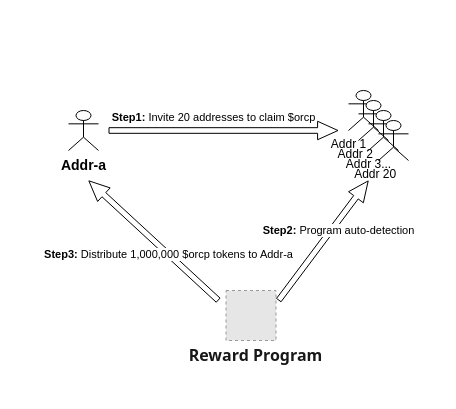
orc-protocol/diagrams keeps this draw.io diagram as invite to earn.drawio. Above is the earlier version. Source tidied: cells renumbered, new cells numbered last; positions are measured from the earlier drawing's top-left corner, leaving out a move shared by most shapes. Both pictures are drawn from the tidied source at 100%, with x=0, y=0 at pixel (68, 90). Pictures stored in the file or linked from it are replaced by grey dashed boxes.
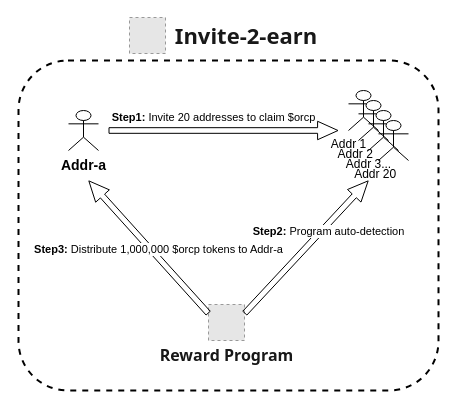
After the change.

Diff of the diagram source:
```diff
@@
+    <mxCell id="16" style="rounded=1;whiteSpace=wrap;html=1;fillColor=none;strokeWidth=2;dashed=1;" parent="1" vertex="1">
+      <mxGeometry x="-50" y="-30" width="420" height="330" as="geometry" />
+    </mxCell>
@@
     <mxCell id="9" style="group;" parent="1" vertex="1">
-      <mxGeometry x="120" y="200" width="135" height="80" as="geometry" />
+      <mxGeometry x="100" y="200" width="135" height="80" as="geometry" />
     </mxCell>
     <mxCell id="10" style="fillColor=#E6E6E6;strokeColor=#999999;dashed=1;verticalLabelPosition=bottom;labelBackgroundColor=default;verticalAlign=top;" parent="9" vertex="1">
-      <mxGeometry x="37.5" width="50" height="50" as="geometry" />
+      <mxGeometry x="40" y="14" width="36" height="36" as="geometry" />
     </mxCell>
     <mxCell id="11" value="&lt;font face=&quot;Tahoma&quot; style=&quot;font-size: 16px;&quot;&gt;Reward Program&lt;/font&gt;" style="text;html=1;strokeColor=none;fillColor=none;align=center;verticalAlign=middle;whiteSpace=wrap;rounded=0;spacing=0;spacingLeft=0;textOpacity=90;fontStyle=1;" parent="9" vertex="1">
-      <mxGeometry y="50" width="135" height="30" as="geometry" />
+      <mxGeometry x="-9.5" y="50" width="135" height="30" as="geometry" />
     </mxCell>
-    <mxCell id="12" style="shape=flexArrow;endArrow=classic;html=1;rounded=0;endWidth=11.830985915492958;endSize=6.470422535211267;width=5.633802816901409;" parent="1" edge="1">
+    <mxCell id="12" style="shape=flexArrow;endArrow=classic;html=1;rounded=0;endWidth=11.830985915492958;endSize=6.470422535211267;width=5.633802816901409;exitX=0;exitY=0.25;exitDx=0;exitDy=0;" parent="1" edge="1" source="10">
       <mxGeometry relative="1" as="geometry">
-        <mxPoint x="150" y="210" as="sourcePoint" />
         <mxPoint x="20" y="90" as="targetPoint" />
       </mxGeometry>
     </mxCell>
     <mxCell id="13" value="&lt;b&gt;Step3: &lt;/b&gt;Distribute 1,000,000 $orcp tokens to Addr-a" style="edgeLabel;html=1;align=center;verticalAlign=middle;" parent="12" vertex="1">
       <mxGeometry x="-0.39" y="1" relative="1" as="geometry">
-        <mxPoint x="-10" y="-11" as="offset" />
+        <mxPoint x="-13" y="-24" as="offset" />
       </mxGeometry>
     </mxCell>
-    <mxCell id="14" style="shape=flexArrow;endArrow=classic;html=1;rounded=0;endWidth=11.830985915492958;endSize=6.470422535211267;width=5.633802816901409;" parent="1" edge="1">
+    <mxCell id="14" style="shape=flexArrow;endArrow=classic;html=1;rounded=0;endWidth=11.830985915492958;endSize=6.470422535211267;width=5.633802816901409;exitX=1;exitY=0.25;exitDx=0;exitDy=0;" parent="1" edge="1" source="10">
       <mxGeometry relative="1" as="geometry">
-        <mxPoint x="210" y="210" as="sourcePoint" />
         <mxPoint x="300" y="90" as="targetPoint" />
       </mxGeometry>
     </mxCell>
     <mxCell id="15" value="&lt;b&gt;Step2: &lt;/b&gt;Program auto-detection" style="edgeLabel;html=1;align=center;verticalAlign=middle;" parent="14" vertex="1">
       <mxGeometry x="-0.39" y="1" relative="1" as="geometry">
-        <mxPoint x="33" y="-33" as="offset" />
+        <mxPoint x="47" y="-42" as="offset" />
       </mxGeometry>
     </mxCell>
+    <mxCell id="17" style="group;" parent="1" vertex="1">
+      <mxGeometry x="61" y="-73" width="185" height="36" as="geometry" />
+    </mxCell>
+    <mxCell id="18" value="&lt;font size=&quot;1&quot; face=&quot;Tahoma&quot; style=&quot;&quot;&gt;&lt;b style=&quot;font-size: 22px;&quot;&gt;Invite-2-earn&lt;/b&gt;&lt;/font&gt;" style="text;html=1;strokeColor=none;fillColor=none;align=center;verticalAlign=middle;whiteSpace=wrap;rounded=0;spacing=0;spacingLeft=0;textOpacity=90;" parent="17" vertex="1">
+      <mxGeometry x="42" y="3" width="150" height="30" as="geometry" />
+    </mxCell>
+    <mxCell id="19" style="fillColor=#E6E6E6;strokeColor=#999999;dashed=1;verticalLabelPosition=bottom;labelBackgroundColor=default;verticalAlign=top;" parent="17" vertex="1">
+      <mxGeometry width="36" height="36" as="geometry" />
+    </mxCell>
```
